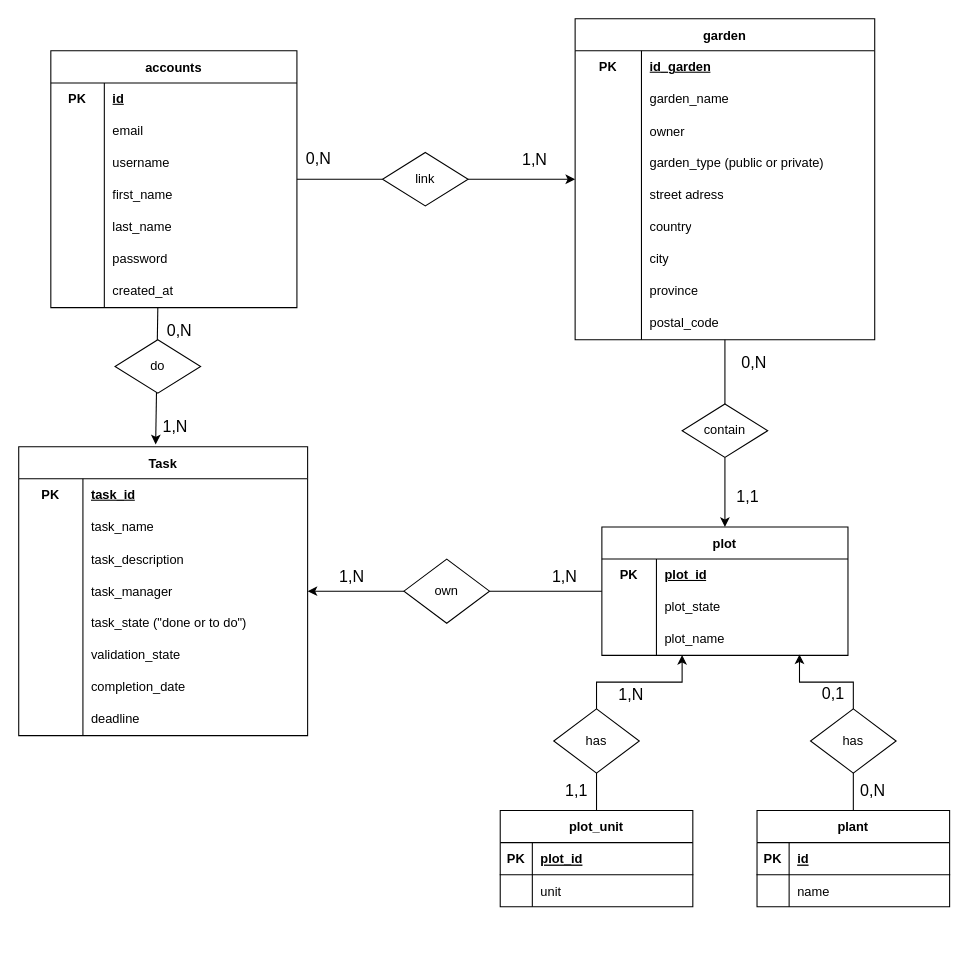
The draw.io diagram doc/conception/figures/DB/Schema_entite_association_PPIIversion2.drawio in kour0/TheSharedGarden, before the edit. Source tidied: cells renumbered, new cells numbered last; positions are measured from the earlier drawing's top-left corner, leaving out a move shared by most shapes. Both pictures are drawn from the tidied source at 107%, with x=0, y=0 at pixel (18, 18).
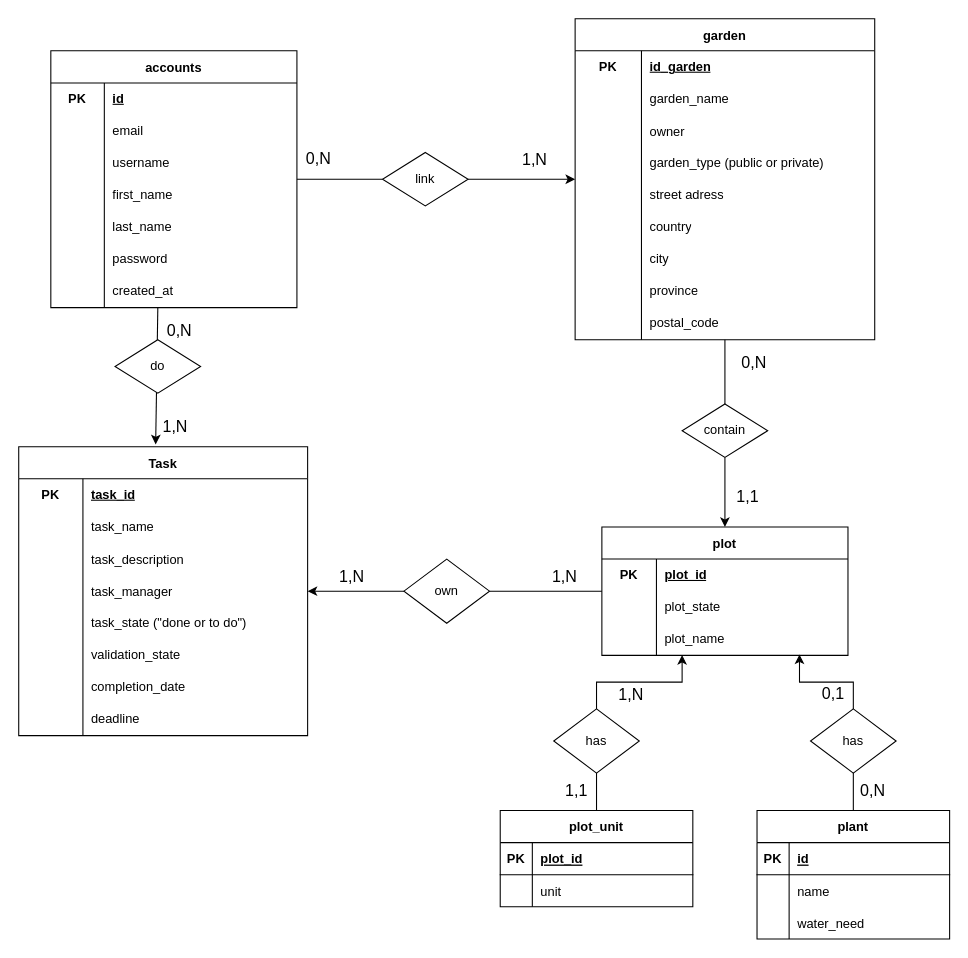
After the change.

Commit message (it also covers changes not shown here):
update schema entite relation

Change to the diagram source:
```diff
@@
     <mxCell id="108" value="plant" style="shape=table;startSize=30;childLayout=tableLayout;rowLines=0;fontStyle=1;align=center;" parent="1" vertex="1">
-      <mxGeometry x="690" y="740" width="180" height="90" as="geometry" />
+      <mxGeometry x="690" y="740" width="180" height="120" as="geometry" />
     </mxCell>
@@
+    <mxCell id="130" style="shape=tableRow;horizontal=0;startSize=0;swimlaneHead=0;swimlaneBody=0;fillColor=none;top=0;left=0;right=0;bottom=0;fontSize=15;" parent="108" vertex="1">
+      <mxGeometry y="90" width="180" height="30" as="geometry" />
+    </mxCell>
+    <mxCell id="131" style="shape=partialRectangle;fillColor=none;top=0;left=0;bottom=0;right=0;overflow=hidden;fontSize=15;" parent="130" vertex="1">
+      <mxGeometry width="30" height="30" as="geometry" />
+    </mxCell>
+    <mxCell id="132" value="water_need" style="shape=partialRectangle;fillColor=none;top=0;left=0;bottom=0;right=0;align=left;spacingLeft=6;overflow=hidden;fontSize=12;" parent="130" vertex="1">
+      <mxGeometry x="30" width="150" height="30" as="geometry" />
+    </mxCell>
```
